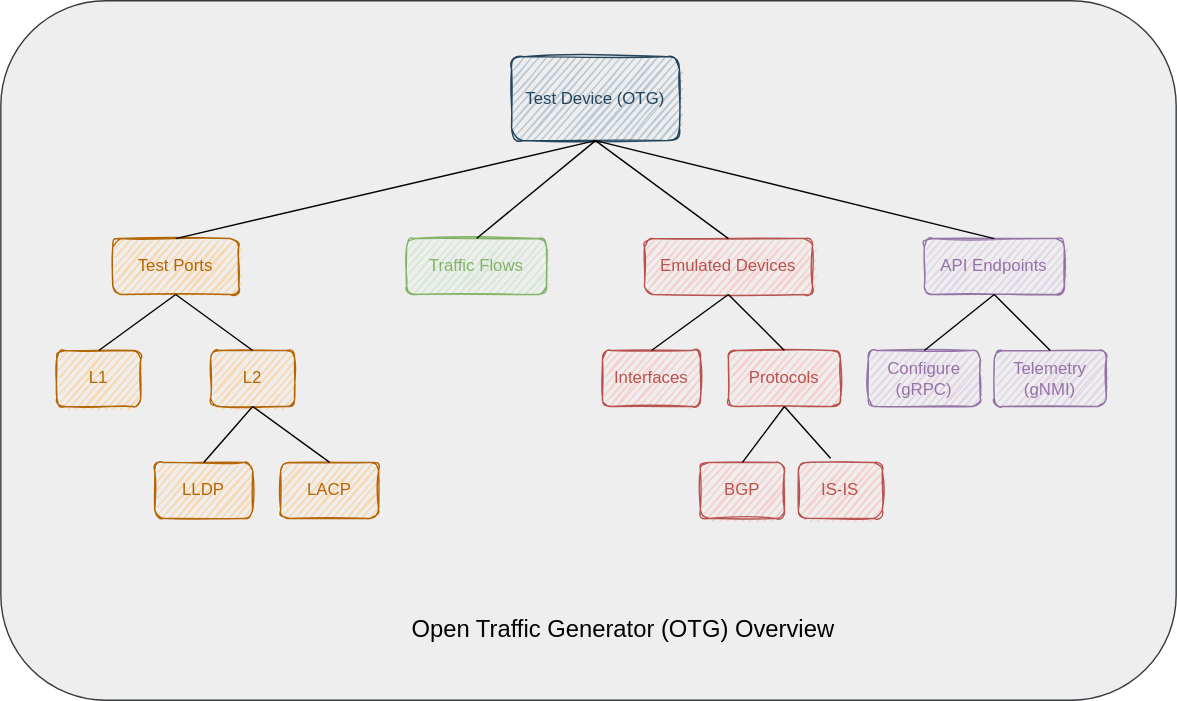
open-traffic-generator/models keeps this draw.io diagram as docs/overview.drawio.svg. Above is the earlier version. Source tidied: cells renumbered, new cells last; positions are measured from the earlier drawing's top-left corner, leaving out a move shared by most shapes.
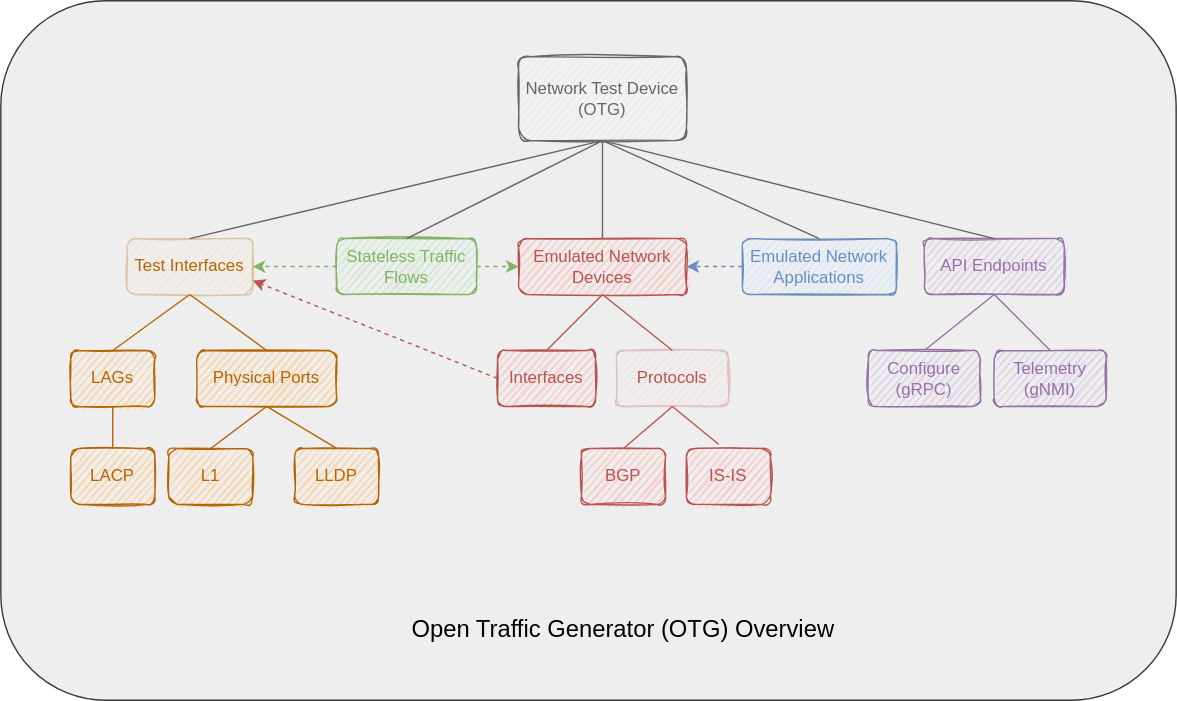
After the change.

Commit message:
enhanced diagram to include emulated network applications and LAGs

Change to the diagram source:
```diff
@@ -5,29 +5,26 @@
     <mxCell id="2" style="rounded=1;whiteSpace=wrap;html=1;fillColor=#eeeeee;strokeColor=#36393d;" parent="1" vertex="1">
       <mxGeometry width="840" height="500" as="geometry" />
     </mxCell>
-    <mxCell id="3" value="&lt;font color=&quot;#23445d&quot;&gt;Test Device (OTG)&lt;/font&gt;" style="rounded=1;whiteSpace=wrap;html=1;fillColor=#bac8d3;strokeColor=#23445d;sketch=1;" parent="1" vertex="1">
-      <mxGeometry x="365" y="40" width="120" height="60" as="geometry" />
+    <mxCell id="3" value="&lt;font color=&quot;#666666&quot;&gt;Network Test Device (OTG)&lt;/font&gt;" style="rounded=1;whiteSpace=wrap;html=1;fillColor=#f5f5f5;strokeColor=#666666;sketch=1;fontColor=#333333;" parent="1" vertex="1">
+      <mxGeometry x="370" y="40" width="120" height="60" as="geometry" />
     </mxCell>
-    <mxCell id="4" value="&lt;font color=&quot;#b46504&quot;&gt;Test Ports&lt;br&gt;&lt;/font&gt;" style="rounded=1;whiteSpace=wrap;html=1;fillColor=#fad7ac;strokeColor=#b46504;sketch=1;" parent="1" vertex="1">
-      <mxGeometry x="80" y="170" width="90" height="40" as="geometry" />
+    <mxCell id="4" value="&lt;font color=&quot;#b46504&quot;&gt;Physical Ports&lt;br&gt;&lt;/font&gt;" style="rounded=1;whiteSpace=wrap;html=1;fillColor=#fad7ac;strokeColor=#b46504;sketch=1;" parent="1" vertex="1">
+      <mxGeometry x="140" y="250" width="100" height="40" as="geometry" />
     </mxCell>
-    <mxCell id="5" value="&lt;font color=&quot;#b46504&quot;&gt;L1&lt;/font&gt;" style="rounded=1;whiteSpace=wrap;html=1;fillColor=#fad7ac;strokeColor=#b46504;sketch=1;" parent="1" vertex="1">
-      <mxGeometry x="40" y="250" width="60" height="40" as="geometry" />
+    <mxCell id="5" value="&lt;font color=&quot;#b46504&quot;&gt;LAGs&lt;/font&gt;" style="rounded=1;whiteSpace=wrap;html=1;fillColor=#fad7ac;strokeColor=#b46504;sketch=1;" parent="1" vertex="1">
+      <mxGeometry x="50" y="250" width="60" height="40" as="geometry" />
     </mxCell>
-    <mxCell id="6" value="&lt;font color=&quot;#b85450&quot;&gt;Emulated Devices&lt;/font&gt;" style="rounded=1;whiteSpace=wrap;html=1;fillColor=#f8cecc;strokeColor=#b85450;sketch=1;" parent="1" vertex="1">
-      <mxGeometry x="460" y="170" width="120" height="40" as="geometry" />
+    <mxCell id="6" value="&lt;font color=&quot;#b85450&quot;&gt;Emulated Network Devices&lt;/font&gt;" style="rounded=1;whiteSpace=wrap;html=1;fillColor=#f8cecc;strokeColor=#b85450;sketch=1;" parent="1" vertex="1">
+      <mxGeometry x="370" y="170" width="120" height="40" as="geometry" />
     </mxCell>
     <mxCell id="7" value="&lt;font color=&quot;#9673a6&quot;&gt;API Endpoints&lt;/font&gt;" style="rounded=1;whiteSpace=wrap;html=1;fillColor=#e1d5e7;strokeColor=#9673a6;sketch=1;" parent="1" vertex="1">
       <mxGeometry x="660" y="170" width="100" height="40" as="geometry" />
     </mxCell>
-    <mxCell id="8" value="&lt;font color=&quot;#b46504&quot;&gt;L2&lt;/font&gt;" style="rounded=1;whiteSpace=wrap;html=1;fillColor=#fad7ac;strokeColor=#b46504;sketch=1;" parent="1" vertex="1">
-      <mxGeometry x="150" y="250" width="60" height="40" as="geometry" />
+    <mxCell id="8" value="&lt;font color=&quot;#b46504&quot;&gt;LLDP&lt;/font&gt;" style="rounded=1;whiteSpace=wrap;html=1;fillColor=#fad7ac;strokeColor=#b46504;sketch=1;" parent="1" vertex="1">
+      <mxGeometry x="210" y="320" width="60" height="40" as="geometry" />
     </mxCell>
-    <mxCell id="9" value="&lt;font color=&quot;#b46504&quot;&gt;LLDP&lt;/font&gt;" style="rounded=1;whiteSpace=wrap;html=1;fillColor=#fad7ac;strokeColor=#b46504;sketch=1;" parent="1" vertex="1">
-      <mxGeometry x="110" y="330" width="70" height="40" as="geometry" />
-    </mxCell>
     <mxCell id="10" value="&lt;font color=&quot;#b46504&quot;&gt;LACP&lt;/font&gt;" style="rounded=1;whiteSpace=wrap;html=1;fillColor=#fad7ac;strokeColor=#b46504;sketch=1;" parent="1" vertex="1">
-      <mxGeometry x="200" y="330" width="70" height="40" as="geometry" />
+      <mxGeometry x="50" y="320" width="60" height="40" as="geometry" />
     </mxCell>
     <mxCell id="11" value="&lt;font color=&quot;#9673a6&quot;&gt;Configure&lt;br&gt;(gRPC)&lt;/font&gt;" style="rounded=1;whiteSpace=wrap;html=1;fillColor=#e1d5e7;strokeColor=#9673a6;sketch=1;" parent="1" vertex="1">
       <mxGeometry x="620" y="250" width="80" height="40" as="geometry" />
@@ -36,64 +33,91 @@
       <mxGeometry x="710" y="250" width="80" height="40" as="geometry" />
     </mxCell>
     <mxCell id="13" value="&lt;font color=&quot;#b85450&quot;&gt;Interfaces&lt;/font&gt;" style="rounded=1;whiteSpace=wrap;html=1;fillColor=#f8cecc;strokeColor=#b85450;sketch=1;" parent="1" vertex="1">
-      <mxGeometry x="430" y="250" width="70" height="40" as="geometry" />
+      <mxGeometry x="355" y="250" width="70" height="40" as="geometry" />
     </mxCell>
-    <mxCell id="14" value="&lt;font color=&quot;#b85450&quot;&gt;Protocols&lt;/font&gt;" style="rounded=1;whiteSpace=wrap;html=1;fillColor=#f8cecc;strokeColor=#b85450;sketch=1;" parent="1" vertex="1">
-      <mxGeometry x="520" y="250" width="80" height="40" as="geometry" />
+    <mxCell id="14" value="&lt;font color=&quot;#b85450&quot;&gt;Protocols&lt;/font&gt;" style="rounded=1;whiteSpace=wrap;html=1;fillColor=#f8cecc;strokeColor=#b85450;sketch=1;opacity=30;" parent="1" vertex="1">
+      <mxGeometry x="440" y="250" width="80" height="40" as="geometry" />
     </mxCell>
-    <mxCell id="15" value="&lt;font color=&quot;#82b366&quot;&gt;Traffic Flows&lt;/font&gt;" style="rounded=1;whiteSpace=wrap;html=1;fillColor=#d5e8d4;strokeColor=#82b366;sketch=1;" parent="1" vertex="1">
-      <mxGeometry x="290" y="170" width="100" height="40" as="geometry" />
+    <mxCell id="15" value="&lt;font color=&quot;#82b366&quot;&gt;Stateless Traffic&lt;br&gt;Flows&lt;br&gt;&lt;/font&gt;" style="rounded=1;whiteSpace=wrap;html=1;fillColor=#d5e8d4;strokeColor=#82b366;sketch=1;" parent="1" vertex="1">
+      <mxGeometry x="240" y="170" width="100" height="40" as="geometry" />
     </mxCell>
-    <mxCell id="16" style="endArrow=none;html=1;fontColor=#82B366;strokeColor=#000000;entryX=0.5;entryY=1;entryDx=0;entryDy=0;exitX=0.5;exitY=0;exitDx=0;exitDy=0;" parent="1" edge="1" source="15" target="3">
+    <mxCell id="16" style="endArrow=none;html=1;fontColor=#82B366;strokeColor=#666666;entryX=0.5;entryY=1;entryDx=0;entryDy=0;exitX=0.5;exitY=0;exitDx=0;exitDy=0;" parent="1" edge="1" source="15" target="3">
       <mxGeometry relative="1" as="geometry" />
     </mxCell>
-    <mxCell id="17" style="endArrow=none;html=1;fontColor=#82B366;strokeColor=#000000;entryX=0.5;entryY=1;entryDx=0;entryDy=0;exitX=0.5;exitY=0;exitDx=0;exitDy=0;" parent="1" edge="1" source="4" target="3">
+    <mxCell id="17" style="endArrow=none;html=1;fontColor=#82B366;strokeColor=#666666;entryX=0.5;entryY=1;entryDx=0;entryDy=0;exitX=0.5;exitY=0;exitDx=0;exitDy=0;" parent="1" edge="1" source="41" target="3">
       <mxGeometry relative="1" as="geometry" />
     </mxCell>
-    <mxCell id="18" style="endArrow=none;html=1;fontColor=#82B366;strokeColor=#000000;entryX=0.5;entryY=1;entryDx=0;entryDy=0;exitX=0.5;exitY=0;exitDx=0;exitDy=0;" parent="1" edge="1" source="6" target="3">
+    <mxCell id="18" style="endArrow=none;html=1;fontColor=#82B366;strokeColor=#666666;entryX=0.5;entryY=1;entryDx=0;entryDy=0;exitX=0.5;exitY=0;exitDx=0;exitDy=0;" parent="1" edge="1" source="6" target="3">
       <mxGeometry relative="1" as="geometry" />
     </mxCell>
-    <mxCell id="19" style="endArrow=none;html=1;fontColor=#82B366;strokeColor=#000000;entryX=0.5;entryY=1;entryDx=0;entryDy=0;exitX=0.5;exitY=0;exitDx=0;exitDy=0;" parent="1" edge="1" source="7" target="3">
+    <mxCell id="19" style="endArrow=none;html=1;fontColor=#82B366;strokeColor=#666666;entryX=0.5;entryY=1;entryDx=0;entryDy=0;exitX=0.5;exitY=0;exitDx=0;exitDy=0;" parent="1" edge="1" source="7" target="3">
       <mxGeometry relative="1" as="geometry" />
     </mxCell>
-    <mxCell id="20" style="endArrow=none;html=1;fontColor=#82B366;strokeColor=#000000;entryX=0.5;entryY=1;entryDx=0;entryDy=0;exitX=0.5;exitY=0;exitDx=0;exitDy=0;" parent="1" edge="1" source="5" target="4">
-      <mxGeometry relative="1" as="geometry" />
-    </mxCell>
-    <mxCell id="21" style="endArrow=none;html=1;fontColor=#82B366;strokeColor=#000000;entryX=0.5;entryY=1;entryDx=0;entryDy=0;exitX=0.5;exitY=0;exitDx=0;exitDy=0;" parent="1" edge="1" source="8" target="4">
+    <mxCell id="21" style="endArrow=none;html=1;fontColor=#82B366;strokeColor=#B46504;entryX=0.5;entryY=1;entryDx=0;entryDy=0;exitX=0.5;exitY=0;exitDx=0;exitDy=0;" parent="1" edge="1" source="8" target="4">
       <mxGeometry relative="1" as="geometry" />
     </mxCell>
-    <mxCell id="22" style="endArrow=none;html=1;fontColor=#82B366;strokeColor=#000000;entryX=0.5;entryY=1;entryDx=0;entryDy=0;exitX=0.5;exitY=0;exitDx=0;exitDy=0;" parent="1" edge="1" source="13" target="6">
+    <mxCell id="22" style="endArrow=none;html=1;fontColor=#82B366;strokeColor=#B85450;entryX=0.5;entryY=1;entryDx=0;entryDy=0;exitX=0.5;exitY=0;exitDx=0;exitDy=0;" parent="1" edge="1" source="13" target="6">
       <mxGeometry relative="1" as="geometry" />
     </mxCell>
-    <mxCell id="23" style="endArrow=none;html=1;fontColor=#82B366;strokeColor=#000000;entryX=0.5;entryY=1;entryDx=0;entryDy=0;exitX=0.5;exitY=0;exitDx=0;exitDy=0;" parent="1" edge="1" source="14" target="6">
+    <mxCell id="23" style="endArrow=none;html=1;fontColor=#82B366;strokeColor=#B85450;entryX=0.5;entryY=1;entryDx=0;entryDy=0;exitX=0.5;exitY=0;exitDx=0;exitDy=0;" parent="1" edge="1" source="14" target="6">
       <mxGeometry relative="1" as="geometry" />
     </mxCell>
-    <mxCell id="24" style="endArrow=none;html=1;fontColor=#82B366;strokeColor=#000000;entryX=0.5;entryY=1;entryDx=0;entryDy=0;exitX=0.5;exitY=0;exitDx=0;exitDy=0;" parent="1" edge="1" source="11" target="7">
+    <mxCell id="24" style="endArrow=none;html=1;fontColor=#82B366;strokeColor=#9673A6;entryX=0.5;entryY=1;entryDx=0;entryDy=0;exitX=0.5;exitY=0;exitDx=0;exitDy=0;" parent="1" edge="1" source="11" target="7">
       <mxGeometry relative="1" as="geometry" />
     </mxCell>
-    <mxCell id="25" style="endArrow=none;html=1;fontColor=#82B366;strokeColor=#000000;entryX=0.5;entryY=1;entryDx=0;entryDy=0;exitX=0.5;exitY=0;exitDx=0;exitDy=0;" parent="1" edge="1" source="12" target="7">
+    <mxCell id="25" style="endArrow=none;html=1;fontColor=#82B366;strokeColor=#9673A6;entryX=0.5;entryY=1;entryDx=0;entryDy=0;exitX=0.5;exitY=0;exitDx=0;exitDy=0;" parent="1" edge="1" source="12" target="7">
       <mxGeometry relative="1" as="geometry" />
     </mxCell>
-    <mxCell id="26" style="endArrow=none;html=1;fontColor=#82B366;strokeColor=#000000;entryX=0.5;entryY=1;entryDx=0;entryDy=0;exitX=0.5;exitY=0;exitDx=0;exitDy=0;" parent="1" edge="1" source="10" target="8">
+    <mxCell id="26" style="endArrow=none;html=1;fontColor=#82B366;strokeColor=#B46504;entryX=0.5;entryY=1;entryDx=0;entryDy=0;exitX=0.5;exitY=0;exitDx=0;exitDy=0;" parent="1" edge="1" source="10" target="5">
       <mxGeometry relative="1" as="geometry" />
     </mxCell>
-    <mxCell id="27" style="endArrow=none;html=1;fontColor=#82B366;strokeColor=#000000;entryX=0.5;entryY=1;entryDx=0;entryDy=0;exitX=0.5;exitY=0;exitDx=0;exitDy=0;" parent="1" edge="1" source="9" target="8">
-      <mxGeometry relative="1" as="geometry" />
-    </mxCell>
     <mxCell id="28" value="&lt;font color=&quot;#b85450&quot;&gt;BGP&lt;/font&gt;" style="rounded=1;whiteSpace=wrap;html=1;fillColor=#f8cecc;strokeColor=#b85450;sketch=1;" parent="1" vertex="1">
-      <mxGeometry x="500" y="330" width="60" height="40" as="geometry" />
+      <mxGeometry x="415" y="320" width="60" height="40" as="geometry" />
     </mxCell>
     <mxCell id="29" value="&lt;font color=&quot;#b85450&quot;&gt;IS-IS&lt;/font&gt;" style="rounded=1;whiteSpace=wrap;html=1;fillColor=#f8cecc;strokeColor=#b85450;sketch=1;" parent="1" vertex="1">
-      <mxGeometry x="570" y="330" width="60" height="40" as="geometry" />
+      <mxGeometry x="490" y="320" width="60" height="40" as="geometry" />
     </mxCell>
-    <mxCell id="30" style="endArrow=none;html=1;fontColor=#82B366;strokeColor=#000000;entryX=0.5;entryY=1;entryDx=0;entryDy=0;exitX=0.5;exitY=0;exitDx=0;exitDy=0;" parent="1" edge="1" source="28" target="14">
+    <mxCell id="30" style="endArrow=none;html=1;fontColor=#82B366;strokeColor=#B85450;entryX=0.5;entryY=1;entryDx=0;entryDy=0;exitX=0.5;exitY=0;exitDx=0;exitDy=0;" parent="1" edge="1" source="28" target="14">
       <mxGeometry relative="1" as="geometry" />
     </mxCell>
-    <mxCell id="31" style="endArrow=none;html=1;fontColor=#82B366;strokeColor=#000000;entryX=0.383;entryY=-0.075;entryDx=0;entryDy=0;exitX=0.5;exitY=1;exitDx=0;exitDy=0;entryPerimeter=0;" parent="1" edge="1" source="14" target="29">
+    <mxCell id="31" style="endArrow=none;html=1;fontColor=#82B366;strokeColor=#B85450;entryX=0.383;entryY=-0.075;entryDx=0;entryDy=0;exitX=0.5;exitY=1;exitDx=0;exitDy=0;entryPerimeter=0;" parent="1" edge="1" source="14" target="29">
       <mxGeometry relative="1" as="geometry" />
     </mxCell>
     <mxCell id="32" value="&lt;font color=&quot;#000000&quot; style=&quot;font-size: 17px&quot;&gt;Open Traffic Generator (OTG) Overview&lt;/font&gt;" style="text;html=1;strokeColor=none;fillColor=none;align=center;verticalAlign=middle;whiteSpace=wrap;rounded=0;fontColor=#82B366;" parent="1" vertex="1">
       <mxGeometry x="290" y="420" width="310" height="60" as="geometry" />
     </mxCell>
+    <mxCell id="33" style="endArrow=classic;html=1;exitX=1;exitY=0.5;exitDx=0;exitDy=0;strokeColor=#82B366;dashed=1;entryX=0;entryY=0.5;entryDx=0;entryDy=0;" parent="1" edge="1" source="15" target="6">
+      <mxGeometry relative="1" as="geometry" />
+    </mxCell>
+    <mxCell id="34" style="endArrow=classic;html=1;entryX=1;entryY=0.5;entryDx=0;entryDy=0;exitX=0;exitY=0.5;exitDx=0;exitDy=0;strokeColor=#82B366;dashed=1;" parent="1" edge="1" source="15" target="41">
+      <mxGeometry relative="1" as="geometry" />
+    </mxCell>
+    <mxCell id="35" value="&lt;font color=&quot;#b46504&quot;&gt;L1&lt;/font&gt;" style="rounded=1;whiteSpace=wrap;html=1;fillColor=#fad7ac;strokeColor=#b46504;sketch=1;" parent="1" vertex="1">
+      <mxGeometry x="120" y="320" width="60" height="40" as="geometry" />
+    </mxCell>
+    <mxCell id="36" value="&lt;font color=&quot;#6c8ebf&quot;&gt;Emulated Network&lt;br&gt;Applications&lt;br&gt;&lt;/font&gt;" style="rounded=1;whiteSpace=wrap;html=1;fillColor=#dae8fc;strokeColor=#6c8ebf;sketch=1;" parent="1" vertex="1">
+      <mxGeometry x="530" y="170" width="110" height="40" as="geometry" />
+    </mxCell>
+    <mxCell id="37" style="endArrow=classic;html=1;exitX=0;exitY=0.5;exitDx=0;exitDy=0;strokeColor=#6C8EBF;dashed=1;entryX=1;entryY=0.5;entryDx=0;entryDy=0;" parent="1" edge="1" source="36" target="6">
+      <mxGeometry relative="1" as="geometry" />
+    </mxCell>
+    <mxCell id="38" style="endArrow=none;html=1;fontColor=#82B366;strokeColor=#666666;entryX=0.5;entryY=1;entryDx=0;entryDy=0;exitX=0.5;exitY=0;exitDx=0;exitDy=0;" parent="1" edge="1" source="36" target="3">
+      <mxGeometry relative="1" as="geometry" />
+    </mxCell>
+    <mxCell id="39" style="endArrow=none;html=1;fontColor=#82B366;strokeColor=#B46504;entryX=0.5;entryY=1;entryDx=0;entryDy=0;exitX=0.5;exitY=0;exitDx=0;exitDy=0;" parent="1" edge="1" source="35" target="4">
+      <mxGeometry relative="1" as="geometry" />
+    </mxCell>
+    <mxCell id="40" style="endArrow=classic;html=1;entryX=1;entryY=0.75;entryDx=0;entryDy=0;exitX=0;exitY=0.5;exitDx=0;exitDy=0;strokeColor=#B85450;dashed=1;" parent="1" edge="1" source="13" target="41">
+      <mxGeometry relative="1" as="geometry" />
+    </mxCell>
+    <mxCell id="41" value="&lt;font color=&quot;#b46504&quot;&gt;Test Interfaces&lt;br&gt;&lt;/font&gt;" style="rounded=1;whiteSpace=wrap;html=1;fillColor=#fad7ac;strokeColor=#b46504;sketch=1;opacity=30;" parent="1" vertex="1">
+      <mxGeometry x="90" y="170" width="90" height="40" as="geometry" />
+    </mxCell>
+    <mxCell id="42" style="endArrow=none;html=1;fontColor=#82B366;strokeColor=#B46504;entryX=0.5;entryY=1;entryDx=0;entryDy=0;exitX=0.5;exitY=0;exitDx=0;exitDy=0;" parent="1" edge="1" source="4" target="41">
+      <mxGeometry relative="1" as="geometry" />
+    </mxCell>
+    <mxCell id="43" style="endArrow=none;html=1;fontColor=#82B366;strokeColor=#B46504;entryX=0.5;entryY=1;entryDx=0;entryDy=0;exitX=0.5;exitY=0;exitDx=0;exitDy=0;" parent="1" edge="1" source="5" target="41">
+      <mxGeometry relative="1" as="geometry" />
+    </mxCell>
   </root>
 </mxGraphModel>
```
